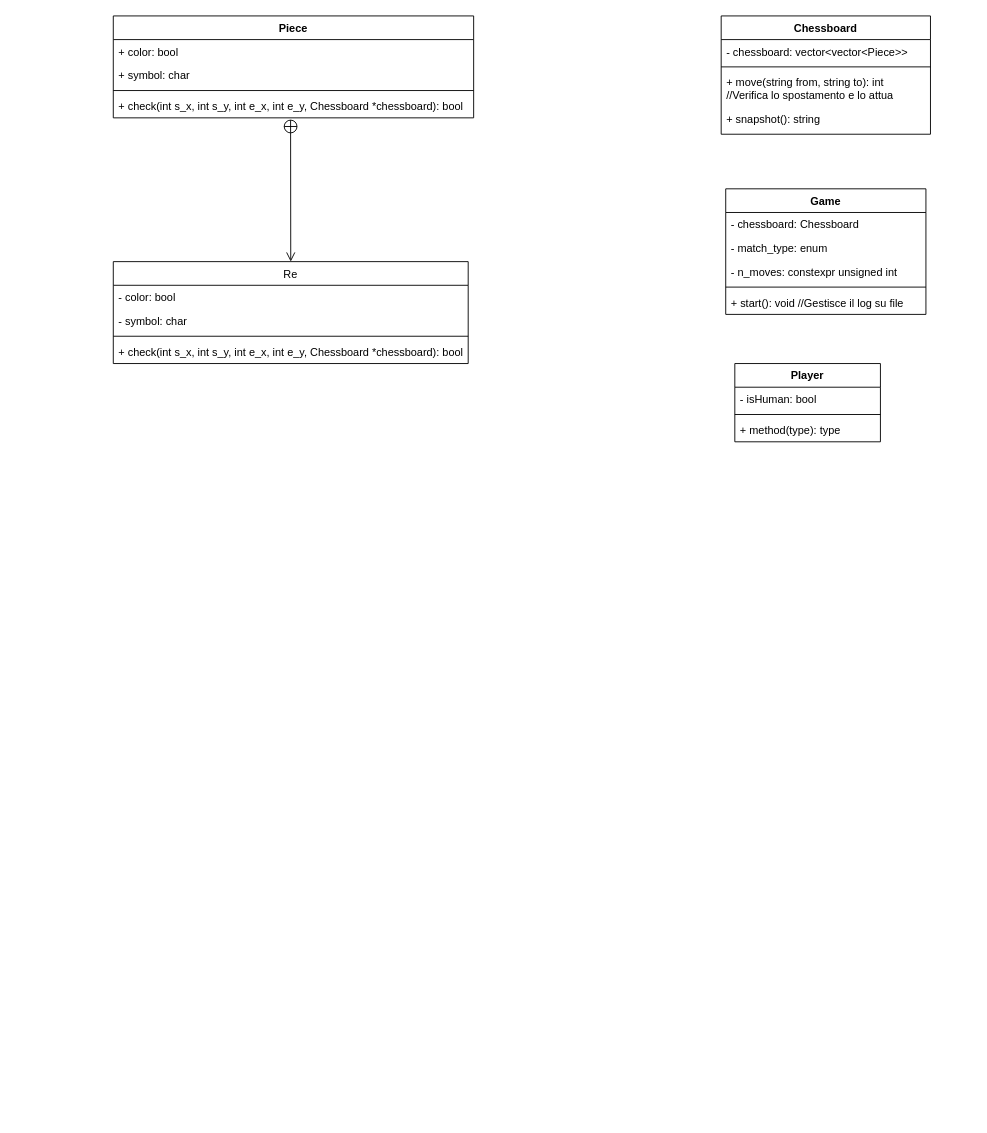
The draw.io diagram MISC/Untitled Diagram.drawio in OrnitorincoPazzoSgravato/LdP-Scacchiera, before the edit. Source tidied: cells renumbered, new cells numbered last; positions are measured from the earlier drawing's top-left corner, leaving out a move shared by most shapes. Both pictures are drawn from the tidied source at 91%, with x=0, y=0 at pixel (113, 15).
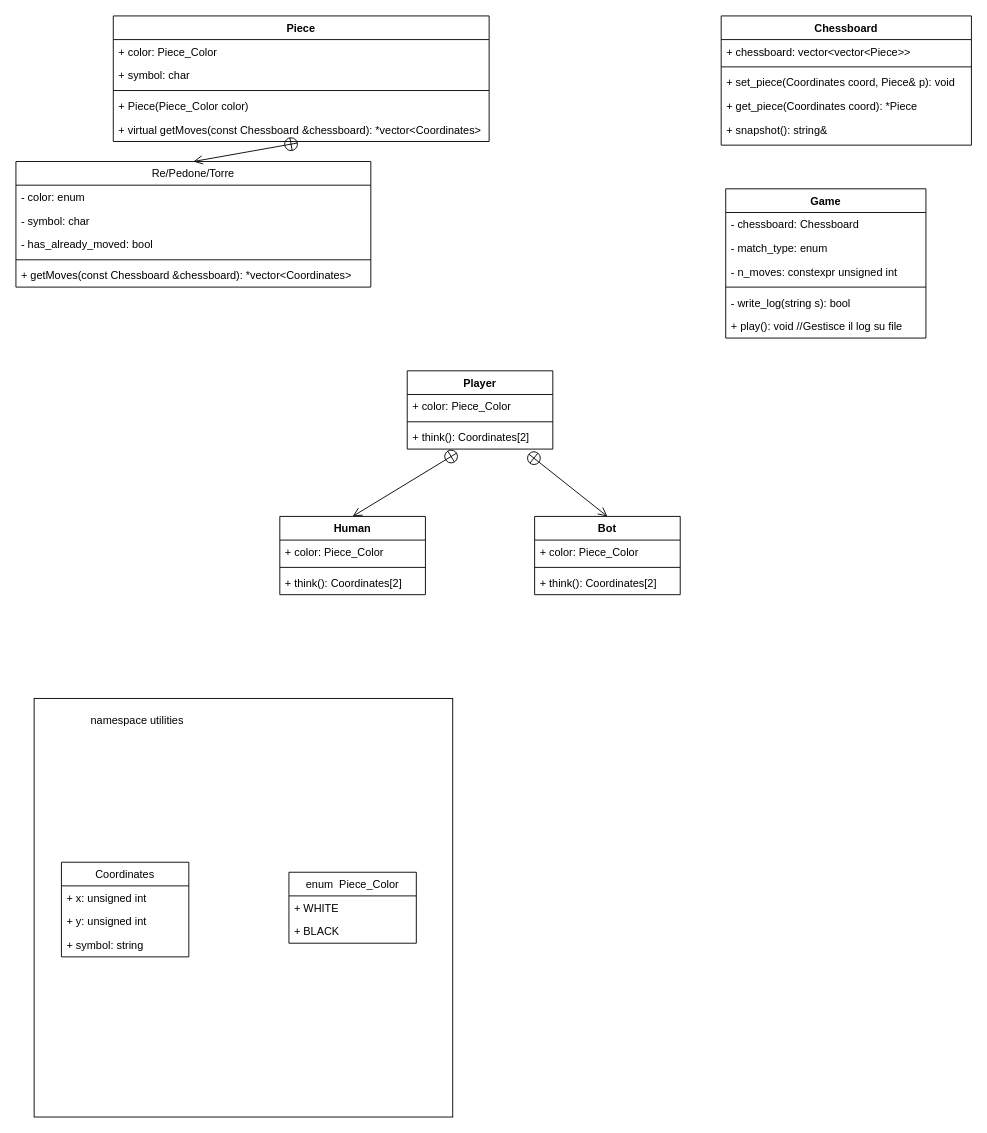
After the change.

What changed in the source:
```diff
@@
+    <mxCell id="28" style="rounded=0;whiteSpace=wrap;html=1;" parent="1" vertex="1">
+      <mxGeometry x="-87" y="750" width="460" height="460" as="geometry" />
+    </mxCell>
     <mxCell id="2" value="Piece" style="swimlane;fontStyle=1;align=center;verticalAlign=top;horizontal=1;startSize=26;" parent="1" vertex="1">
-      <mxGeometry width="396" height="112" as="geometry" />
+      <mxGeometry width="413" height="138" as="geometry" />
     </mxCell>
-    <mxCell id="3" value="+ color: bool" style="text;strokeColor=none;fillColor=none;align=left;verticalAlign=top;spacingLeft=4;spacingRight=4;overflow=hidden;" parent="2" vertex="1">
-      <mxGeometry y="26" width="396" height="26" as="geometry" />
+    <mxCell id="3" value="+ color: Piece_Color" style="text;strokeColor=none;fillColor=none;align=left;verticalAlign=top;spacingLeft=4;spacingRight=4;overflow=hidden;" parent="2" vertex="1">
+      <mxGeometry y="26" width="413" height="26" as="geometry" />
     </mxCell>
     <mxCell id="4" value="+ symbol: char" style="text;strokeColor=none;fillColor=none;align=left;verticalAlign=top;spacingLeft=4;spacingRight=4;overflow=hidden;" parent="2" vertex="1">
-      <mxGeometry y="52" width="396" height="26" as="geometry" />
+      <mxGeometry y="52" width="413" height="26" as="geometry" />
     </mxCell>
     <mxCell id="5" style="line;strokeWidth=1;fillColor=none;align=left;verticalAlign=middle;spacingTop=-1;spacingLeft=3;spacingRight=3;labelPosition=right;" parent="2" vertex="1">
-      <mxGeometry y="78" width="396" height="8" as="geometry" />
+      <mxGeometry y="78" width="413" height="8" as="geometry" />
     </mxCell>
+    <mxCell id="29" value="+ Piece(Piece_Color color)" style="text;strokeColor=none;fillColor=none;align=left;verticalAlign=top;spacingLeft=4;spacingRight=4;overflow=hidden;" parent="2" vertex="1">
+      <mxGeometry y="86" width="413" height="26" as="geometry" />
+    </mxCell>
-    <mxCell id="6" value="+ check(int s_x, int s_y, int e_x, int e_y, Chessboard *chessboard): bool" style="text;strokeColor=none;fillColor=none;align=left;verticalAlign=top;spacingLeft=4;spacingRight=4;overflow=hidden;points=[[0,0.5],[1,0.5]];portConstraint=eastwest;" parent="2" vertex="1">
-      <mxGeometry y="86" width="396" height="26" as="geometry" />
+    <mxCell id="6" value="+ virtual getMoves(const Chessboard &amp;chessboard): *vector&lt;Coordinates&gt;" style="text;strokeColor=none;fillColor=none;align=left;verticalAlign=top;spacingLeft=4;spacingRight=4;overflow=hidden;points=[[0,0.5],[1,0.5]];portConstraint=eastwest;" parent="2" vertex="1">
+      <mxGeometry y="112" width="413" height="26" as="geometry" />
     </mxCell>
-    <mxCell id="7" value="Re" style="swimlane;fontStyle=0;horizontal=1;startSize=26;fillColor=none;" parent="1" vertex="1">
-      <mxGeometry y="270" width="390" height="112" as="geometry" />
+    <mxCell id="7" value="Re/Pedone/Torre" style="swimlane;fontStyle=0;horizontal=1;startSize=26;fillColor=none;" parent="1" vertex="1">
+      <mxGeometry x="-107" y="160" width="390" height="138" as="geometry" />
     </mxCell>
-    <mxCell id="8" value="- color: bool" style="text;strokeColor=none;fillColor=none;align=left;verticalAlign=top;spacingLeft=4;spacingRight=4;overflow=hidden;" parent="7" vertex="1">
+    <mxCell id="8" value="- color: enum" style="text;strokeColor=none;fillColor=none;align=left;verticalAlign=top;spacingLeft=4;spacingRight=4;overflow=hidden;" parent="7" vertex="1">
       <mxGeometry y="26" width="390" height="26" as="geometry" />
     </mxCell>
@@
+    <mxCell id="30" value="- has_already_moved: bool" style="text;strokeColor=none;fillColor=none;align=left;verticalAlign=top;spacingLeft=4;spacingRight=4;overflow=hidden;" parent="7" vertex="1">
+      <mxGeometry y="78" width="390" height="26" as="geometry" />
+    </mxCell>
     <mxCell id="10" style="line;strokeWidth=1;fillColor=none;align=left;verticalAlign=middle;spacingTop=-1;spacingLeft=3;spacingRight=3;labelPosition=right;" parent="7" vertex="1">
-      <mxGeometry y="78" width="390" height="8" as="geometry" />
+      <mxGeometry y="104" width="390" height="8" as="geometry" />
     </mxCell>
-    <mxCell id="11" value="+ check(int s_x, int s_y, int e_x, int e_y, Chessboard *chessboard): bool" style="text;strokeColor=none;fillColor=none;align=left;verticalAlign=top;spacingLeft=4;spacingRight=4;overflow=hidden;" parent="7" vertex="1">
-      <mxGeometry y="86" width="390" height="26" as="geometry" />
+    <mxCell id="11" value="+ getMoves(const Chessboard &amp;chessboard): *vector&lt;Coordinates&gt;" style="text;strokeColor=none;fillColor=none;align=left;verticalAlign=top;spacingLeft=4;spacingRight=4;overflow=hidden;" parent="7" vertex="1">
+      <mxGeometry y="112" width="390" height="26" as="geometry" />
     </mxCell>
@@
     <mxCell id="13" value="Chessboard" style="swimlane;fontStyle=1;align=center;verticalAlign=top;horizontal=1;startSize=26;" parent="1" vertex="1">
-      <mxGeometry x="668" width="230" height="130" as="geometry" />
+      <mxGeometry x="668" width="275" height="142" as="geometry" />
     </mxCell>
-    <mxCell id="14" value="- chessboard: vector&lt;vector&lt;Piece&gt;&gt;" style="text;strokeColor=none;fillColor=none;align=left;verticalAlign=top;spacingLeft=4;spacingRight=4;overflow=hidden;" parent="13" vertex="1">
-      <mxGeometry y="26" width="230" height="26" as="geometry" />
+    <mxCell id="14" value="+ chessboard: vector&lt;vector&lt;Piece&gt;&gt;" style="text;strokeColor=none;fillColor=none;align=left;verticalAlign=top;spacingLeft=4;spacingRight=4;overflow=hidden;" parent="13" vertex="1">
+      <mxGeometry y="26" width="275" height="26" as="geometry" />
     </mxCell>
     <mxCell id="15" style="line;strokeWidth=1;fillColor=none;align=left;verticalAlign=middle;spacingTop=-1;spacingLeft=3;spacingRight=3;labelPosition=right;" parent="13" vertex="1">
-      <mxGeometry y="52" width="230" height="8" as="geometry" />
+      <mxGeometry y="52" width="275" height="8" as="geometry" />
     </mxCell>
-    <mxCell id="16" value="+ move(string from, string to): int&#10;//Verifica lo spostamento e lo attua" style="text;strokeColor=none;fillColor=none;align=left;verticalAlign=top;spacingLeft=4;spacingRight=4;overflow=hidden;" parent="13" vertex="1">
-      <mxGeometry y="60" width="230" height="40" as="geometry" />
-    </mxCell>
+    <mxCell id="31" value="+ set_piece(Coordinates coord, Piece&amp; p): void" style="text;strokeColor=none;fillColor=none;align=left;verticalAlign=top;spacingLeft=4;spacingRight=4;overflow=hidden;" parent="13" vertex="1">
+      <mxGeometry y="60" width="275" height="26" as="geometry" />
+    </mxCell>
+    <mxCell id="32" value="+ get_piece(Coordinates coord): *Piece" style="text;strokeColor=none;fillColor=none;align=left;verticalAlign=top;spacingLeft=4;spacingRight=4;overflow=hidden;" parent="13" vertex="1">
+      <mxGeometry y="86" width="275" height="26" as="geometry" />
+    </mxCell>
-    <mxCell id="17" value="+ snapshot(): string" style="text;strokeColor=none;fillColor=none;align=left;verticalAlign=top;spacingLeft=4;spacingRight=4;overflow=hidden;" parent="13" vertex="1">
-      <mxGeometry y="100" width="230" height="30" as="geometry" />
+    <mxCell id="17" value="+ snapshot(): string&amp;" style="text;strokeColor=none;fillColor=none;align=left;verticalAlign=top;spacingLeft=4;spacingRight=4;overflow=hidden;" parent="13" vertex="1">
+      <mxGeometry y="112" width="275" height="30" as="geometry" />
     </mxCell>
     <mxCell id="18" value="Game" style="swimlane;fontStyle=1;align=center;verticalAlign=top;horizontal=1;startSize=26;" parent="1" vertex="1">
-      <mxGeometry x="673" y="190" width="220" height="138" as="geometry" />
+      <mxGeometry x="673" y="190" width="220" height="164" as="geometry" />
     </mxCell>
@@
+    <mxCell id="33" value="- write_log(string s): bool" style="text;strokeColor=none;fillColor=none;align=left;verticalAlign=top;spacingLeft=4;spacingRight=4;overflow=hidden;" parent="18" vertex="1">
+      <mxGeometry y="112" width="220" height="26" as="geometry" />
+    </mxCell>
-    <mxCell id="23" value="+ start(): void //Gestisce il log su file" style="text;strokeColor=none;fillColor=none;align=left;verticalAlign=top;spacingLeft=4;spacingRight=4;overflow=hidden;" parent="18" vertex="1">
-      <mxGeometry y="112" width="220" height="26" as="geometry" />
+    <mxCell id="23" value="+ play(): void //Gestisce il log su file" style="text;strokeColor=none;fillColor=none;align=left;verticalAlign=top;spacingLeft=4;spacingRight=4;overflow=hidden;" parent="18" vertex="1">
+      <mxGeometry y="138" width="220" height="26" as="geometry" />
     </mxCell>
     <mxCell id="24" value="Player" style="swimlane;fontStyle=1;align=center;verticalAlign=top;horizontal=1;startSize=26;" parent="1" vertex="1">
-      <mxGeometry x="683" y="382" width="160" height="86" as="geometry" />
+      <mxGeometry x="323" y="390" width="160" height="86" as="geometry" />
     </mxCell>
-    <mxCell id="25" value="- isHuman: bool&#10;" style="text;strokeColor=none;fillColor=none;align=left;verticalAlign=top;spacingLeft=4;spacingRight=4;overflow=hidden;" parent="24" vertex="1">
-      <mxGeometry y="26" width="160" height="26" as="geometry" />
-    </mxCell>
+    <mxCell id="34" value="+ color: Piece_Color" style="text;strokeColor=none;fillColor=none;align=left;verticalAlign=top;spacingLeft=4;spacingRight=4;overflow=hidden;" parent="24" vertex="1">
+      <mxGeometry y="26" width="160" height="26" as="geometry" />
+    </mxCell>
@@
-    <mxCell id="27" value="+ method(type): type" style="text;strokeColor=none;fillColor=none;align=left;verticalAlign=top;spacingLeft=4;spacingRight=4;overflow=hidden;points=[[0,0.5],[1,0.5]];portConstraint=eastwest;" parent="24" vertex="1">
+    <mxCell id="27" value="+ think(): Coordinates[2]" style="text;strokeColor=none;fillColor=none;align=left;verticalAlign=top;spacingLeft=4;spacingRight=4;overflow=hidden;points=[[0,0.5],[1,0.5]];portConstraint=eastwest;" parent="24" vertex="1">
       <mxGeometry y="60" width="160" height="26" as="geometry" />
     </mxCell>
+    <mxCell id="35" value="Coordinates" style="swimlane;fontStyle=0;horizontal=1;startSize=26;fillColor=none;" parent="1" vertex="1">
+      <mxGeometry x="-57" y="930" width="140" height="104" as="geometry" />
+    </mxCell>
+    <mxCell id="36" value="+ x: unsigned int" style="text;strokeColor=none;fillColor=none;align=left;verticalAlign=top;spacingLeft=4;spacingRight=4;overflow=hidden;" parent="35" vertex="1">
+      <mxGeometry y="26" width="140" height="26" as="geometry" />
+    </mxCell>
+    <mxCell id="37" value="+ y: unsigned int" style="text;strokeColor=none;fillColor=none;align=left;verticalAlign=top;spacingLeft=4;spacingRight=4;overflow=hidden;" parent="35" vertex="1">
+      <mxGeometry y="52" width="140" height="26" as="geometry" />
+    </mxCell>
+    <mxCell id="38" value="+ symbol: string" style="text;strokeColor=none;fillColor=none;align=left;verticalAlign=top;spacingLeft=4;spacingRight=4;overflow=hidden;" parent="35" vertex="1">
+      <mxGeometry y="78" width="140" height="26" as="geometry" />
+    </mxCell>
+    <mxCell id="39" value="enum  Piece_Color" style="swimlane;fontStyle=0;horizontal=1;startSize=26;fillColor=none;" parent="1" vertex="1">
+      <mxGeometry x="193" y="941" width="140" height="78" as="geometry" />
+    </mxCell>
+    <mxCell id="40" value="+ WHITE" style="text;strokeColor=none;fillColor=none;align=left;verticalAlign=top;spacingLeft=4;spacingRight=4;overflow=hidden;" parent="39" vertex="1">
+      <mxGeometry y="26" width="140" height="26" as="geometry" />
+    </mxCell>
+    <mxCell id="41" value="+ BLACK&#10;" style="text;strokeColor=none;fillColor=none;align=left;verticalAlign=top;spacingLeft=4;spacingRight=4;overflow=hidden;" parent="39" vertex="1">
+      <mxGeometry y="52" width="140" height="26" as="geometry" />
+    </mxCell>
+    <mxCell id="42" value="Human" style="swimlane;fontStyle=1;align=center;verticalAlign=top;horizontal=1;startSize=26;" parent="1" vertex="1">
+      <mxGeometry x="183" y="550" width="160" height="86" as="geometry" />
+    </mxCell>
+    <mxCell id="43" value="+ color: Piece_Color" style="text;strokeColor=none;fillColor=none;align=left;verticalAlign=top;spacingLeft=4;spacingRight=4;overflow=hidden;" parent="42" vertex="1">
+      <mxGeometry y="26" width="160" height="26" as="geometry" />
+    </mxCell>
+    <mxCell id="44" style="line;strokeWidth=1;fillColor=none;align=left;verticalAlign=middle;spacingTop=-1;spacingLeft=3;spacingRight=3;labelPosition=right;" parent="42" vertex="1">
+      <mxGeometry y="52" width="160" height="8" as="geometry" />
+    </mxCell>
+    <mxCell id="45" value="+ think(): Coordinates[2]" style="text;strokeColor=none;fillColor=none;align=left;verticalAlign=top;spacingLeft=4;spacingRight=4;overflow=hidden;" parent="42" vertex="1">
+      <mxGeometry y="60" width="160" height="26" as="geometry" />
+    </mxCell>
+    <mxCell id="46" value="Bot" style="swimlane;fontStyle=1;align=center;verticalAlign=top;horizontal=1;startSize=26;" parent="1" vertex="1">
+      <mxGeometry x="463" y="550" width="160" height="86" as="geometry" />
+    </mxCell>
+    <mxCell id="47" value="+ color: Piece_Color" style="text;strokeColor=none;fillColor=none;align=left;verticalAlign=top;spacingLeft=4;spacingRight=4;overflow=hidden;" parent="46" vertex="1">
+      <mxGeometry y="26" width="160" height="26" as="geometry" />
+    </mxCell>
+    <mxCell id="48" style="line;strokeWidth=1;fillColor=none;align=left;verticalAlign=middle;spacingTop=-1;spacingLeft=3;spacingRight=3;labelPosition=right;" parent="46" vertex="1">
+      <mxGeometry y="52" width="160" height="8" as="geometry" />
+    </mxCell>
+    <mxCell id="49" value="+ think(): Coordinates[2]" style="text;strokeColor=none;fillColor=none;align=left;verticalAlign=top;spacingLeft=4;spacingRight=4;overflow=hidden;" parent="46" vertex="1">
+      <mxGeometry y="60" width="160" height="26" as="geometry" />
+    </mxCell>
+    <mxCell id="50" style="endArrow=open;startArrow=circlePlus;endFill=0;startFill=0;endSize=8;html=1;rounded=0;entryX=0.5;entryY=0;entryDx=0;entryDy=0;exitX=0.344;exitY=1.154;exitDx=0;exitDy=0;exitPerimeter=0;" parent="1" edge="1" source="27" target="42">
+      <mxGeometry relative="1" as="geometry" />
+    </mxCell>
+    <mxCell id="51" style="endArrow=open;startArrow=circlePlus;endFill=0;startFill=0;endSize=8;html=1;rounded=0;entryX=0.5;entryY=0;entryDx=0;entryDy=0;exitX=0.831;exitY=1.192;exitDx=0;exitDy=0;exitPerimeter=0;" parent="1" edge="1" source="27" target="46">
+      <mxGeometry relative="1" as="geometry" />
+    </mxCell>
+    <mxCell id="52" value="namespace utilities" style="text;html=1;strokeColor=none;fillColor=none;align=center;verticalAlign=middle;whiteSpace=wrap;rounded=0;" parent="1" vertex="1">
+      <mxGeometry x="-60" y="760" width="173" height="30" as="geometry" />
+    </mxCell>
```
